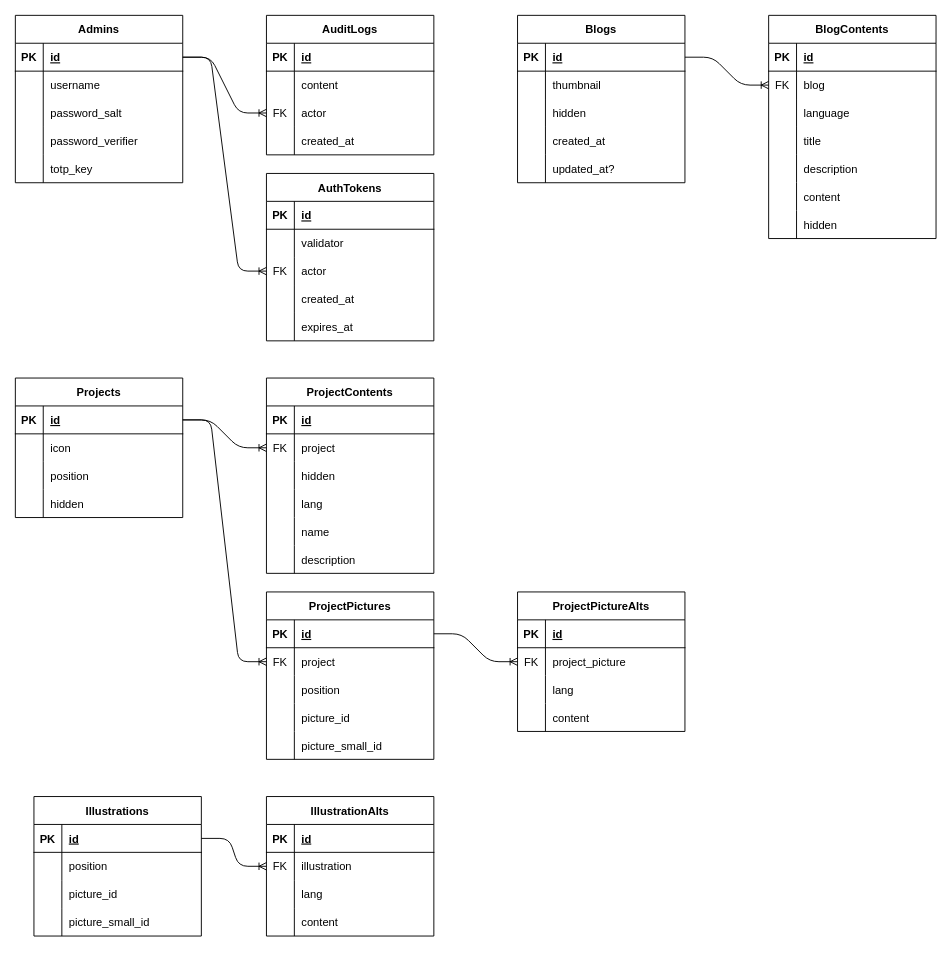
Above: resources/db-schema.drawio in RobotoSkunk/rs-web-server (draw.io), before the change. Source tidied: cells renumbered, new cells numbered last; positions are measured from the earlier drawing's top-left corner, leaving out a move shared by most shapes. Both pictures are drawn from the tidied source at 93%, with x=0, y=0 at pixel (15, 15).
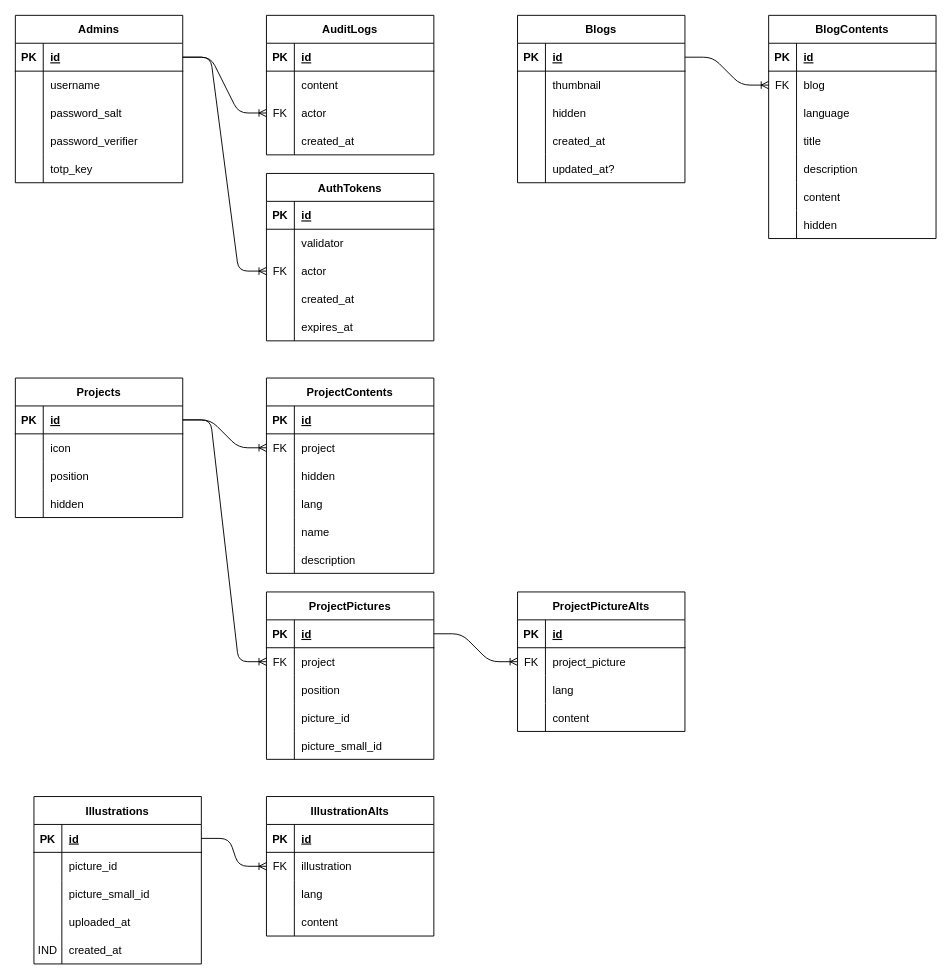
After the change.

What changed in the source:
```diff
@@
     <mxCell id="152" value="Illustrations" style="shape=table;startSize=30;childLayout=tableLayout;rowLines=0;fontStyle=1;align=center;" parent="1" vertex="1">
-      <mxGeometry x="20" y="840" width="180" height="150" as="geometry" />
+      <mxGeometry x="20" y="840" width="180" height="180" as="geometry" />
     </mxCell>
@@
-    <mxCell id="156" style="shape=tableRow;horizontal=0;startSize=0;swimlaneHead=0;swimlaneBody=0;fillColor=none;top=0;left=0;right=0;bottom=0;" parent="152" vertex="1">
-      <mxGeometry y="60" width="180" height="30" as="geometry" />
-    </mxCell>
-    <mxCell id="157" style="shape=partialRectangle;fillColor=none;top=0;left=0;bottom=0;right=0;overflow=hidden;" parent="156" vertex="1">
-      <mxGeometry width="30" height="30" as="geometry" />
-    </mxCell>
-    <mxCell id="158" value="position" style="shape=partialRectangle;fillColor=none;top=0;left=0;bottom=0;right=0;align=left;spacingLeft=6;overflow=hidden;" parent="156" vertex="1">
-      <mxGeometry x="30" width="150" height="30" as="geometry" />
-    </mxCell>
     <mxCell id="159" style="shape=tableRow;horizontal=0;startSize=0;swimlaneHead=0;swimlaneBody=0;fillColor=none;top=0;left=0;right=0;bottom=0;" parent="152" vertex="1">
-      <mxGeometry y="90" width="180" height="30" as="geometry" />
+      <mxGeometry y="60" width="180" height="30" as="geometry" />
     </mxCell>
@@
     <mxCell id="162" style="shape=tableRow;horizontal=0;startSize=0;swimlaneHead=0;swimlaneBody=0;fillColor=none;top=0;left=0;right=0;bottom=0;" parent="152" vertex="1">
-      <mxGeometry y="120" width="180" height="30" as="geometry" />
+      <mxGeometry y="90" width="180" height="30" as="geometry" />
     </mxCell>
@@
+    <mxCell id="179" style="shape=tableRow;horizontal=0;startSize=0;swimlaneHead=0;swimlaneBody=0;fillColor=none;top=0;left=0;right=0;bottom=0;" parent="152" vertex="1">
+      <mxGeometry y="120" width="180" height="30" as="geometry" />
+    </mxCell>
+    <mxCell id="157" style="shape=partialRectangle;fillColor=none;top=0;left=0;bottom=0;right=0;overflow=hidden;" parent="179" vertex="1">
+      <mxGeometry width="30" height="30" as="geometry" />
+    </mxCell>
+    <mxCell id="180" value="uploaded_at" style="shape=partialRectangle;fillColor=none;top=0;left=0;bottom=0;right=0;align=left;spacingLeft=6;overflow=hidden;" parent="179" vertex="1">
+      <mxGeometry x="30" width="150" height="30" as="geometry" />
+    </mxCell>
+    <mxCell id="181" style="shape=tableRow;horizontal=0;startSize=0;swimlaneHead=0;swimlaneBody=0;fillColor=none;top=0;left=0;right=0;bottom=0;" parent="152" vertex="1">
+      <mxGeometry y="150" width="180" height="30" as="geometry" />
+    </mxCell>
+    <mxCell id="182" value="IND" style="shape=partialRectangle;fillColor=none;top=0;left=0;bottom=0;right=0;overflow=hidden;" parent="181" vertex="1">
+      <mxGeometry width="30" height="30" as="geometry" />
+    </mxCell>
+    <mxCell id="183" value="created_at" style="shape=partialRectangle;fillColor=none;top=0;left=0;bottom=0;right=0;align=left;spacingLeft=6;overflow=hidden;" parent="181" vertex="1">
+      <mxGeometry x="30" width="150" height="30" as="geometry" />
+    </mxCell>
```
